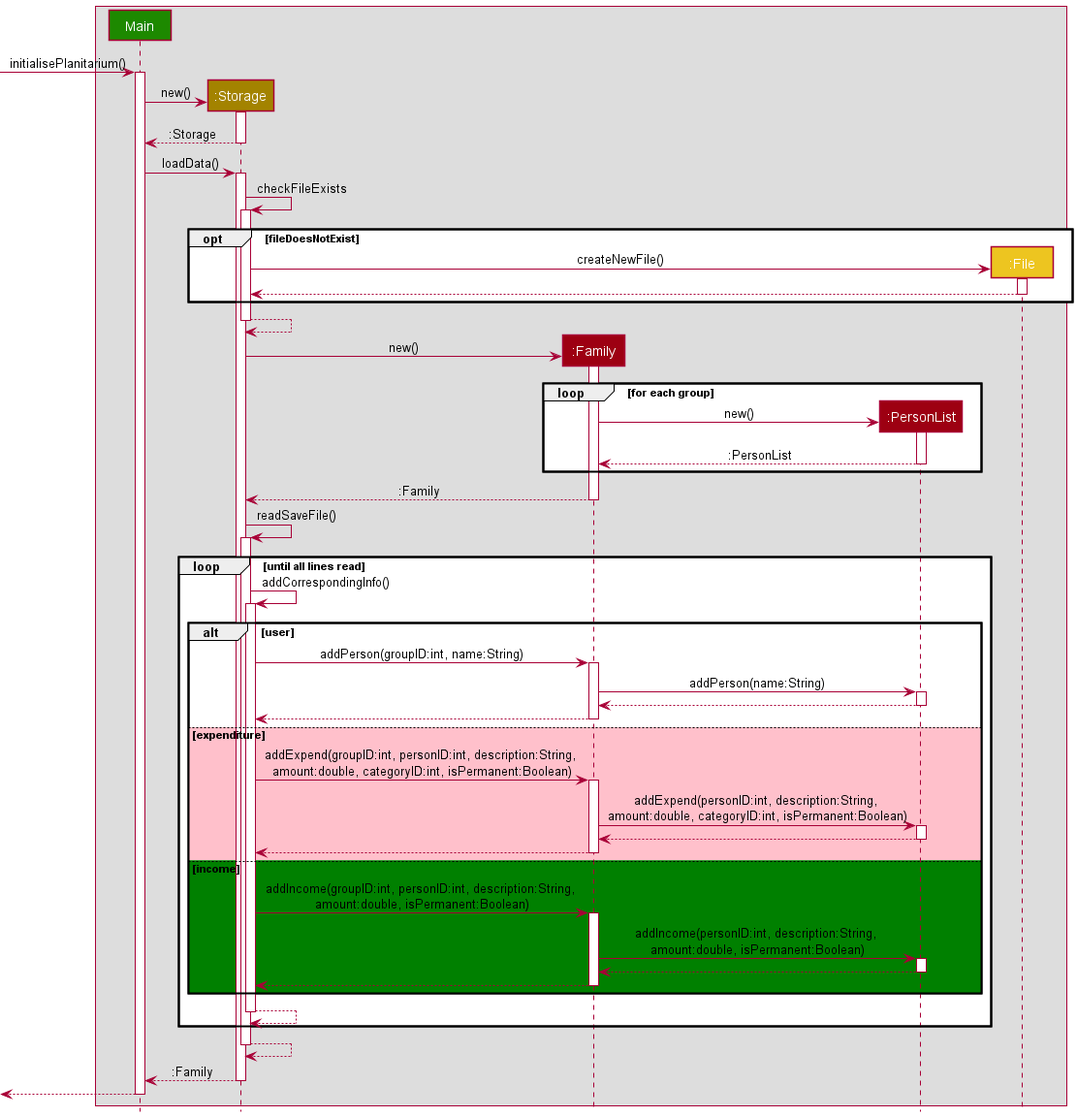
This is docs/images/StorageLoadSequence.png from nus-cs2113-AY2122S2/tp, a PlantUML export, as it was before one commit.
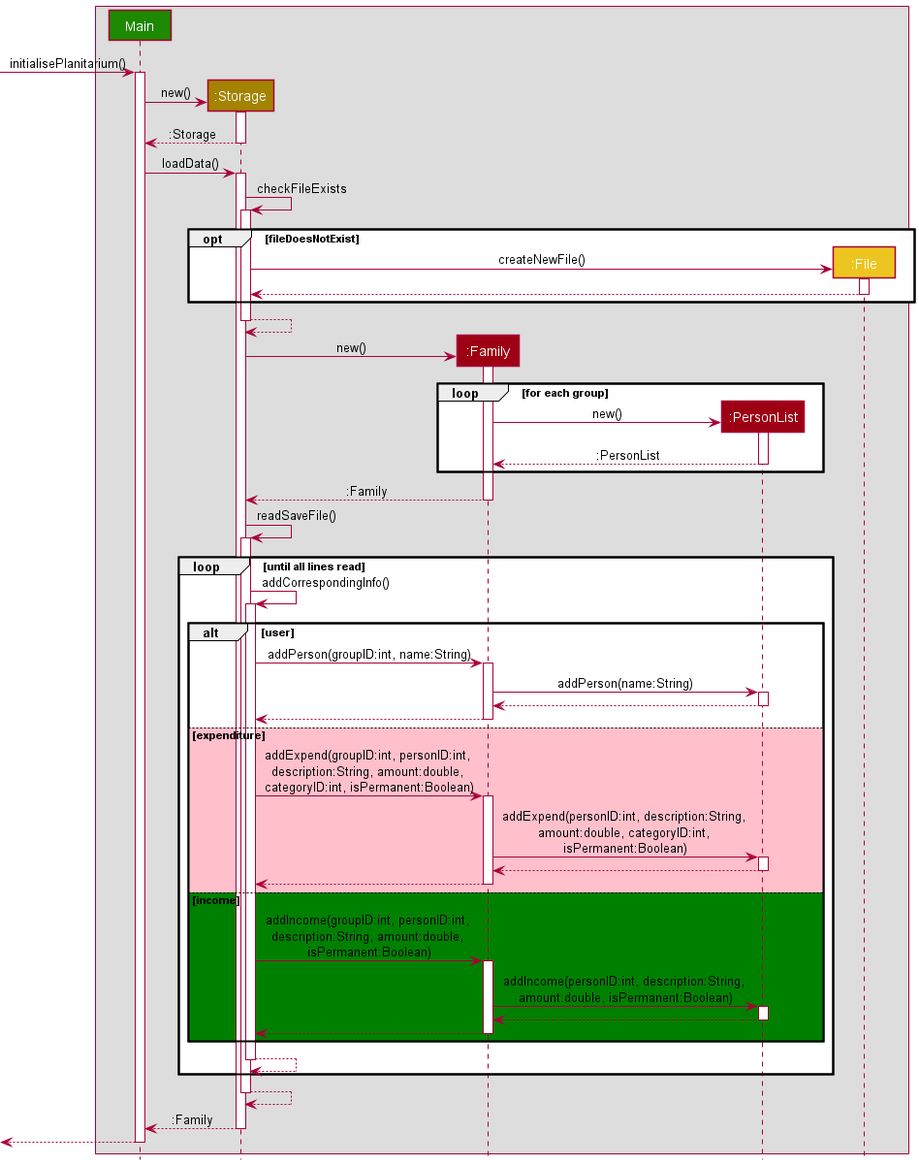
The same diagram one commit later.

Commit message:
Shrink load sequence uml

Diff of the diagram source:
```diff
@@ -56,16 +56,16 @@
             Family --> Storage
             deactivate Family
         else #PINK expenditure
-            Storage -> Family : addExpend(groupID:int, personID:int, description:String, \namount:double, categoryID:int, isPermanent:Boolean)
+            Storage -> Family : addExpend(groupID:int, personID:int, \ndescription:String, amount:double, \ncategoryID:int, isPermanent:Boolean)
             activate Family
-            Family -> PersonList : addExpend(personID:int, description:String, \namount:double, categoryID:int, isPermanent:Boolean)
+            Family -> PersonList : addExpend(personID:int, description:String, \namount:double, categoryID:int, \nisPermanent:Boolean)
             activate PersonList
             PersonList --> Family
             deactivate PersonList
             Family --> Storage
             deactivate Family
         else #GREEN income
-            Storage -> Family : addIncome(groupID:int, personID:int, description:String, \namount:double, isPermanent:Boolean)
+            Storage -> Family : addIncome(groupID:int, personID:int, \ndescription:String, amount:double, \nisPermanent:Boolean)
             activate Family
             Family -> PersonList : addIncome(personID:int, description:String, \namount:double, isPermanent:Boolean)
             activate PersonList
```
